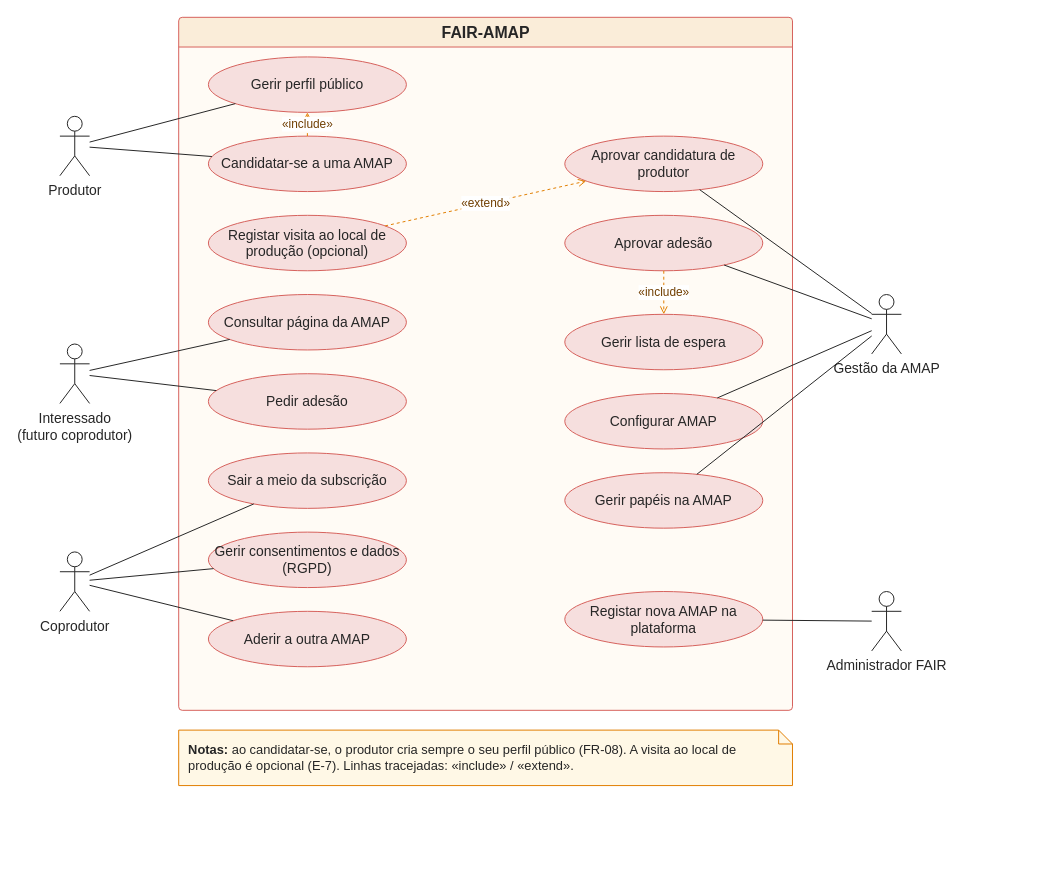
Earlier version of the draw.io diagram docs/requisitos/diagramas/casos_uso/CasosUsoRF01PT.drawio (BrunoAlvees/engreq_2627_G02). Source tidied: cells renumbered, new cells numbered last; positions are measured from the earlier drawing's top-left corner, leaving out a move shared by most shapes. Both pictures are drawn from the tidied source at 99%, with x=0, y=0 at pixel (59, 17).
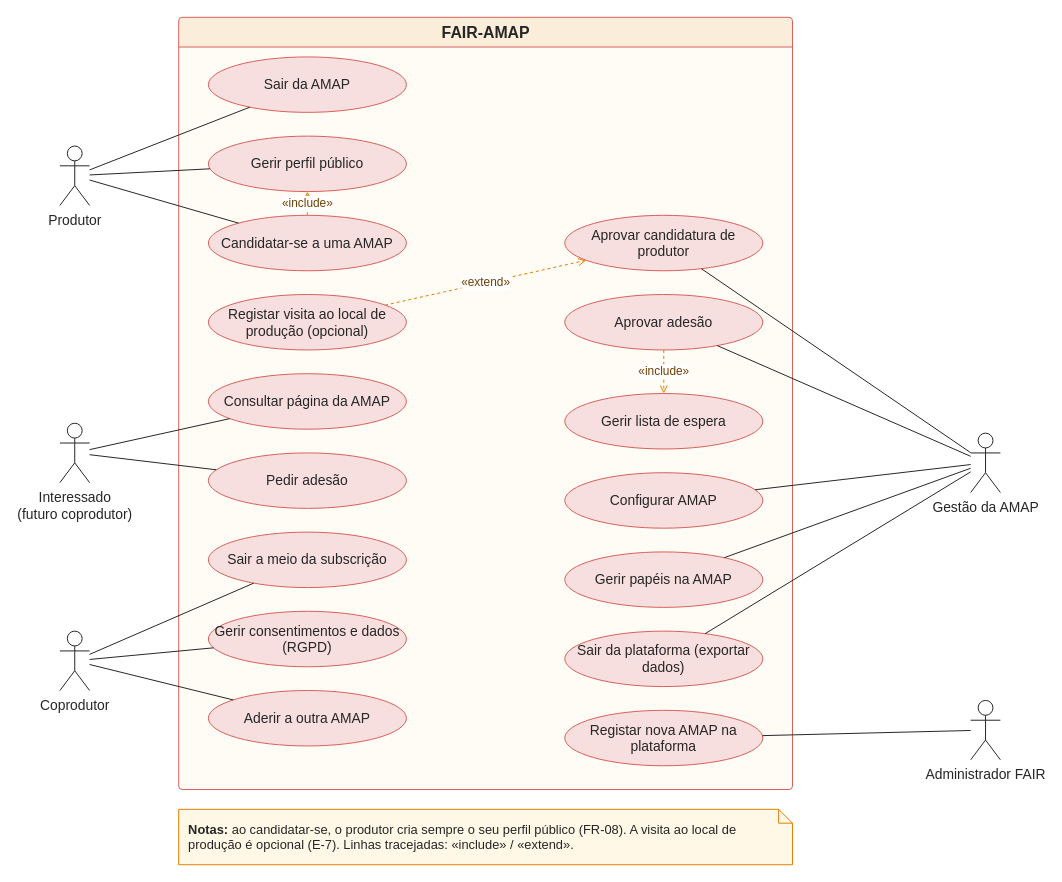
The same page after the edit.

Commit message (it also covers changes not shown here):
Update use case diagrams for RF01 in English and Portuguese

What changed in the source:
```diff
@@
     <mxCell id="2" value="FAIR-AMAP" style="swimlane;startSize=30;html=1;fontSize=16;fontStyle=1;fillColor=#FAEDD9;strokeColor=#D6615C;fontColor=#262626;swimlaneFillColor=#FFFBF5;rounded=1;arcSize=4;" parent="1" vertex="1">
-      <mxGeometry x="120" width="620" height="700" as="geometry" />
+      <mxGeometry x="120" width="620" height="780" as="geometry" />
     </mxCell>
+    <mxCell id="38" value="Sair da AMAP" style="ellipse;whiteSpace=wrap;html=1;fontSize=14;fillColor=#F6DFDE;strokeColor=#D6615C;fontColor=#262626;" parent="2" vertex="1">
+      <mxGeometry x="30" y="40" width="200" height="56" as="geometry" />
+    </mxCell>
     <mxCell id="3" value="Gerir perfil público" style="ellipse;whiteSpace=wrap;html=1;fontSize=14;fillColor=#F6DFDE;strokeColor=#D6615C;fontColor=#262626;" parent="2" vertex="1">
-      <mxGeometry x="30" y="40" width="200" height="56" as="geometry" />
+      <mxGeometry x="30" y="120" width="200" height="56" as="geometry" />
     </mxCell>
     <mxCell id="4" value="Candidatar-se a uma AMAP" style="ellipse;whiteSpace=wrap;html=1;fontSize=14;fillColor=#F6DFDE;strokeColor=#D6615C;fontColor=#262626;" parent="2" vertex="1">
-      <mxGeometry x="30" y="120" width="200" height="56" as="geometry" />
+      <mxGeometry x="30" y="200" width="200" height="56" as="geometry" />
     </mxCell>
     <mxCell id="5" value="Registar visita ao local de produção (opcional)" style="ellipse;whiteSpace=wrap;html=1;fontSize=14;fillColor=#F6DFDE;strokeColor=#D6615C;fontColor=#262626;" parent="2" vertex="1">
-      <mxGeometry x="30" y="200" width="200" height="56" as="geometry" />
+      <mxGeometry x="30" y="280" width="200" height="56" as="geometry" />
     </mxCell>
     <mxCell id="6" value="Consultar página da AMAP" style="ellipse;whiteSpace=wrap;html=1;fontSize=14;fillColor=#F6DFDE;strokeColor=#D6615C;fontColor=#262626;" parent="2" vertex="1">
-      <mxGeometry x="30" y="280" width="200" height="56" as="geometry" />
+      <mxGeometry x="30" y="360" width="200" height="56" as="geometry" />
     </mxCell>
     <mxCell id="7" value="Pedir adesão" style="ellipse;whiteSpace=wrap;html=1;fontSize=14;fillColor=#F6DFDE;strokeColor=#D6615C;fontColor=#262626;" parent="2" vertex="1">
-      <mxGeometry x="30" y="360" width="200" height="56" as="geometry" />
+      <mxGeometry x="30" y="440" width="200" height="56" as="geometry" />
     </mxCell>
     <mxCell id="8" value="Sair a meio da subscrição" style="ellipse;whiteSpace=wrap;html=1;fontSize=14;fillColor=#F6DFDE;strokeColor=#D6615C;fontColor=#262626;" parent="2" vertex="1">
-      <mxGeometry x="30" y="440" width="200" height="56" as="geometry" />
+      <mxGeometry x="30" y="520" width="200" height="56" as="geometry" />
     </mxCell>
     <mxCell id="9" value="Gerir consentimentos e dados (RGPD)" style="ellipse;whiteSpace=wrap;html=1;fontSize=14;fillColor=#F6DFDE;strokeColor=#D6615C;fontColor=#262626;" parent="2" vertex="1">
-      <mxGeometry x="30" y="520" width="200" height="56" as="geometry" />
+      <mxGeometry x="30" y="600" width="200" height="56" as="geometry" />
     </mxCell>
     <mxCell id="10" value="Aderir a outra AMAP" style="ellipse;whiteSpace=wrap;html=1;fontSize=14;fillColor=#F6DFDE;strokeColor=#D6615C;fontColor=#262626;" parent="2" vertex="1">
-      <mxGeometry x="30" y="600" width="200" height="56" as="geometry" />
+      <mxGeometry x="30" y="680" width="200" height="56" as="geometry" />
     </mxCell>
     <mxCell id="11" value="Aprovar candidatura de produtor" style="ellipse;whiteSpace=wrap;html=1;fontSize=14;fillColor=#F6DFDE;strokeColor=#D6615C;fontColor=#262626;" parent="2" vertex="1">
-      <mxGeometry x="390" y="120" width="200" height="56" as="geometry" />
+      <mxGeometry x="390" y="200" width="200" height="56" as="geometry" />
     </mxCell>
     <mxCell id="12" value="Aprovar adesão" style="ellipse;whiteSpace=wrap;html=1;fontSize=14;fillColor=#F6DFDE;strokeColor=#D6615C;fontColor=#262626;" parent="2" vertex="1">
-      <mxGeometry x="390" y="200" width="200" height="56" as="geometry" />
+      <mxGeometry x="390" y="280" width="200" height="56" as="geometry" />
     </mxCell>
     <mxCell id="13" value="Gerir lista de espera" style="ellipse;whiteSpace=wrap;html=1;fontSize=14;fillColor=#F6DFDE;strokeColor=#D6615C;fontColor=#262626;" parent="2" vertex="1">
-      <mxGeometry x="390" y="300" width="200" height="56" as="geometry" />
+      <mxGeometry x="390" y="380" width="200" height="56" as="geometry" />
     </mxCell>
     <mxCell id="14" value="Configurar AMAP" style="ellipse;whiteSpace=wrap;html=1;fontSize=14;fillColor=#F6DFDE;strokeColor=#D6615C;fontColor=#262626;" parent="2" vertex="1">
-      <mxGeometry x="390" y="380" width="200" height="56" as="geometry" />
+      <mxGeometry x="390" y="460" width="200" height="56" as="geometry" />
     </mxCell>
     <mxCell id="15" value="Gerir papéis na AMAP" style="ellipse;whiteSpace=wrap;html=1;fontSize=14;fillColor=#F6DFDE;strokeColor=#D6615C;fontColor=#262626;" parent="2" vertex="1">
-      <mxGeometry x="390" y="460" width="200" height="56" as="geometry" />
+      <mxGeometry x="390" y="540" width="200" height="56" as="geometry" />
     </mxCell>
+    <mxCell id="39" value="Sair da plataforma (exportar dados)" style="ellipse;whiteSpace=wrap;html=1;fontSize=14;fillColor=#F6DFDE;strokeColor=#D6615C;fontColor=#262626;" parent="2" vertex="1">
+      <mxGeometry x="390" y="620" width="200" height="56" as="geometry" />
+    </mxCell>
     <mxCell id="16" value="Registar nova AMAP na plataforma" style="ellipse;whiteSpace=wrap;html=1;fontSize=14;fillColor=#F6DFDE;strokeColor=#D6615C;fontColor=#262626;" parent="2" vertex="1">
-      <mxGeometry x="390" y="580" width="200" height="56" as="geometry" />
+      <mxGeometry x="390" y="700" width="200" height="56" as="geometry" />
     </mxCell>
     <mxCell id="17" value="Produtor" style="shape=umlActor;verticalLabelPosition=bottom;verticalAlign=top;html=1;fontSize=14;fillColor=#FFFFFF;strokeColor=#262626;fontColor=#262626;labelPerimeter=1;" parent="1" vertex="1">
-      <mxGeometry y="100" width="30" height="60" as="geometry" />
+      <mxGeometry y="130" width="30" height="60" as="geometry" />
     </mxCell>
     <mxCell id="18" value="Interessado&lt;br&gt;(futuro coprodutor)" style="shape=umlActor;verticalLabelPosition=bottom;verticalAlign=top;html=1;fontSize=14;fillColor=#FFFFFF;strokeColor=#262626;fontColor=#262626;labelPerimeter=1;" parent="1" vertex="1">
-      <mxGeometry y="330" width="30" height="60" as="geometry" />
+      <mxGeometry y="410" width="30" height="60" as="geometry" />
     </mxCell>
     <mxCell id="19" value="Coprodutor" style="shape=umlActor;verticalLabelPosition=bottom;verticalAlign=top;html=1;fontSize=14;fillColor=#FFFFFF;strokeColor=#262626;fontColor=#262626;labelPerimeter=1;" parent="1" vertex="1">
-      <mxGeometry y="540" width="30" height="60" as="geometry" />
+      <mxGeometry y="620" width="30" height="60" as="geometry" />
     </mxCell>
     <mxCell id="20" value="Gestão da AMAP" style="shape=umlActor;verticalLabelPosition=bottom;verticalAlign=top;html=1;fontSize=14;fillColor=#FFFFFF;strokeColor=#262626;fontColor=#262626;labelPerimeter=1;" parent="1" vertex="1">
-      <mxGeometry x="820" y="280" width="30" height="60" as="geometry" />
+      <mxGeometry x="920" y="420" width="30" height="60" as="geometry" />
     </mxCell>
     <mxCell id="21" value="Administrador FAIR" style="shape=umlActor;verticalLabelPosition=bottom;verticalAlign=top;html=1;fontSize=14;fillColor=#FFFFFF;strokeColor=#262626;fontColor=#262626;labelPerimeter=1;" parent="1" vertex="1">
-      <mxGeometry x="820" y="580" width="30" height="60" as="geometry" />
+      <mxGeometry x="920" y="690" width="30" height="60" as="geometry" />
     </mxCell>
+    <mxCell id="40" style="endArrow=none;html=1;strokeColor=#262626;" parent="1" edge="1" source="17" target="38">
+      <mxGeometry relative="1" as="geometry" />
+    </mxCell>
@@
+    <mxCell id="41" style="endArrow=none;html=1;strokeColor=#262626;" parent="1" edge="1" source="20" target="39">
+      <mxGeometry relative="1" as="geometry" />
+    </mxCell>
@@
     <mxCell id="37" value="&lt;b&gt;Notas:&lt;/b&gt; ao candidatar-se, o produtor cria sempre o seu perfil público (FR-08). A visita ao local de produção é opcional (E-7). Linhas tracejadas: «include» / «extend»." style="shape=note;whiteSpace=wrap;html=1;size=14;fontSize=13;fillColor=#FFF8E6;strokeColor=#E17E00;fontColor=#262626;align=left;spacingLeft=8;" parent="1" vertex="1">
-      <mxGeometry x="120" y="720" width="620" height="56" as="geometry" />
+      <mxGeometry x="120" y="800" width="620" height="56" as="geometry" />
     </mxCell>
```
